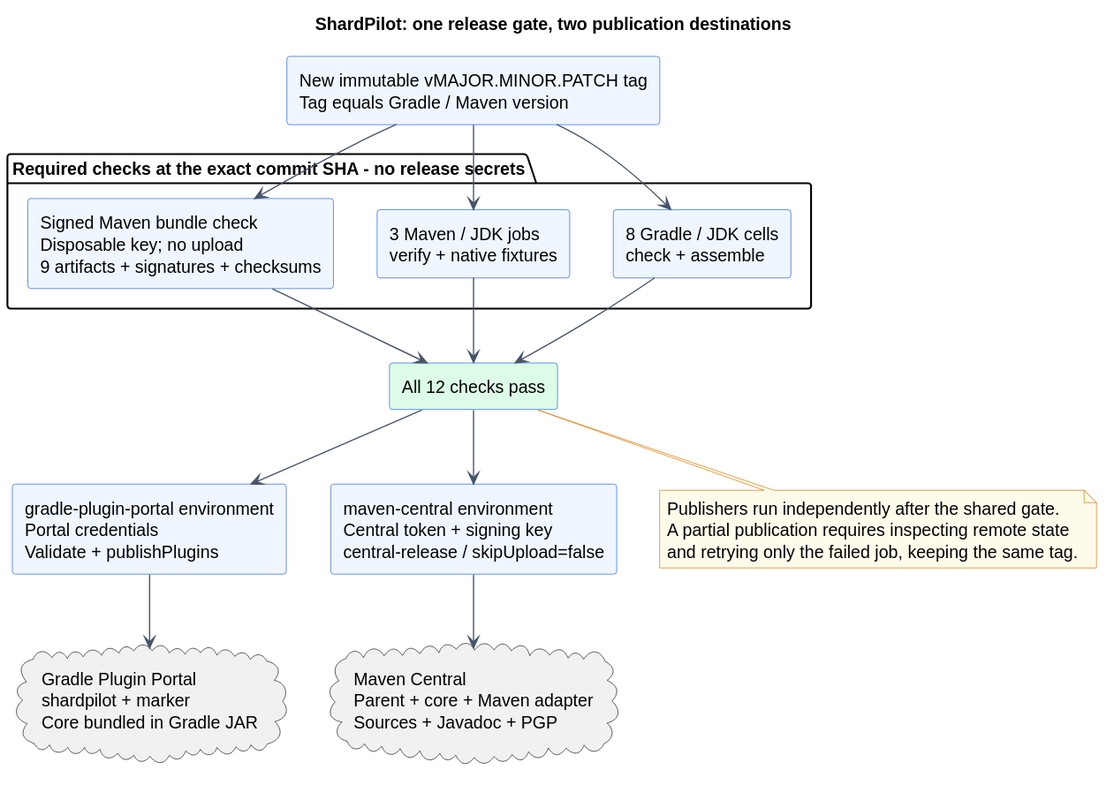
The PlantUML diagram docs/diagrams/publication.svg in sjacek/shardpilot, before a commit. Its source is kept beside it as docs/diagrams/publication.puml. Its diagram source:
```plantuml
@startuml
title ShardPilot: one release gate, two publication destinations
top to bottom direction
skinparam backgroundColor #FFFFFF
skinparam shadowing false
skinparam defaultFontName SansSerif
skinparam defaultFontSize 14
skinparam componentStyle rectangle
skinparam componentBackgroundColor #EFF6FF
skinparam componentBorderColor #2563EB
skinparam ArrowColor #475569
skinparam noteBackgroundColor #FFFBEB
skinparam noteBorderColor #D97706

component "New immutable vMAJOR.MINOR.PATCH tag\nTag equals Gradle / Maven version" as tag
package "Required checks at the exact commit SHA - no release secrets" {
  component "8 Gradle / JDK cells\ncheck + assemble" as gradleChecks
  component "3 Maven / JDK jobs\nverify + native fixtures" as mavenChecks
  component "Signed Maven bundle check\nDisposable key; no upload\n9 artifacts + signatures + checksums" as bundle
}
component "All 12 checks pass" as gate #DCFCE7
component "gradle-plugin-portal environment\nPortal credentials\nValidate + publishPlugins" as gradlePublish
component "maven-central environment\nCentral token + signing key\ncentral-release / skipUpload=false" as mavenPublish
cloud "Gradle Plugin Portal\nshardpilot + marker\nCore bundled in Gradle JAR" as portal
cloud "Maven Central\nParent + core + Maven adapter\nSources + Javadoc + PGP" as central

tag --> gradleChecks
tag --> mavenChecks
tag --> bundle
gradleChecks --> gate
mavenChecks --> gate
bundle --> gate
gate --> gradlePublish
gate --> mavenPublish
gradlePublish --> portal
mavenPublish --> central

note bottom of gate
  Publishers run independently after the shared gate.
  A partial publication requires inspecting remote state
  and retrying only the failed job, keeping the same tag.
end note
@enduml
```
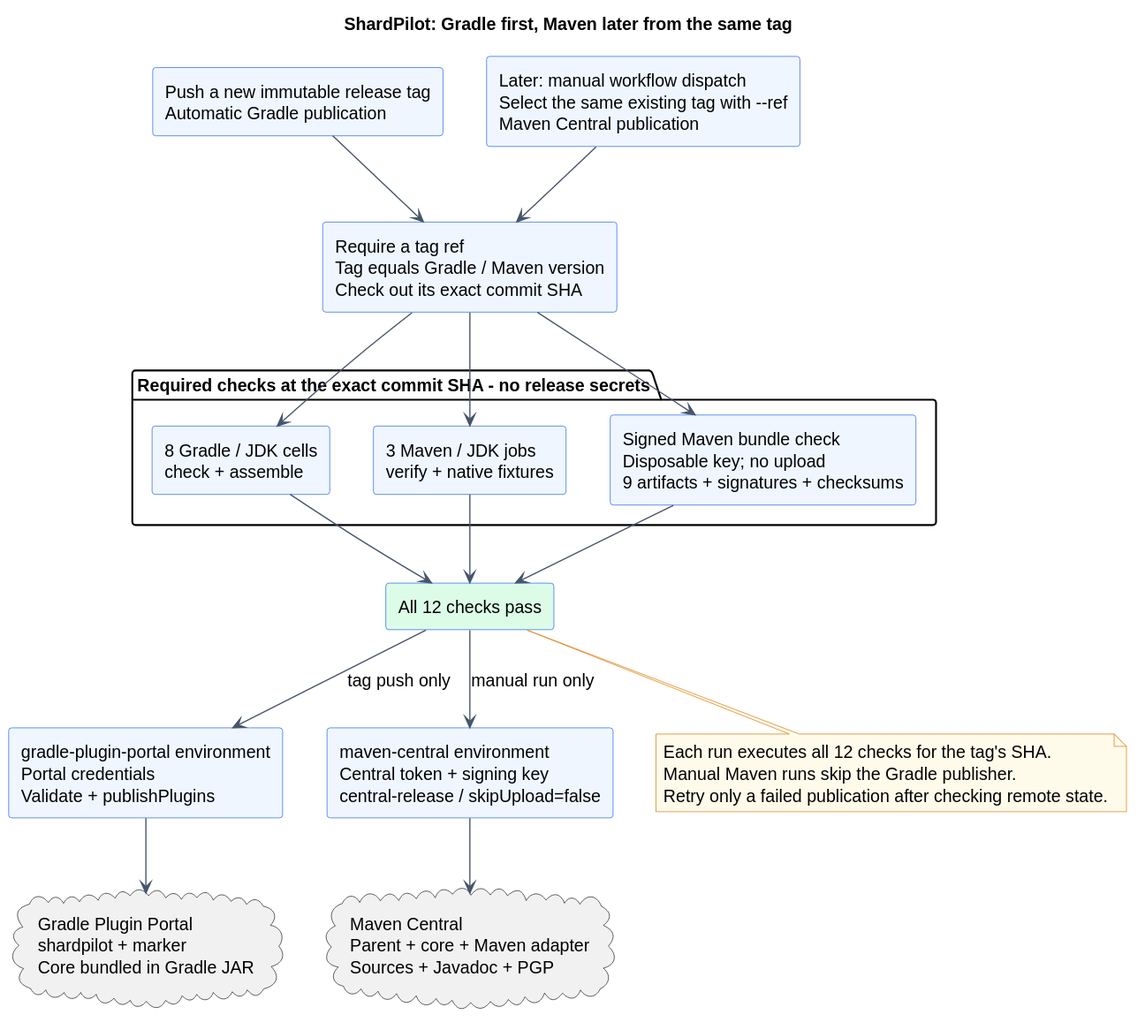
Above is the later version.

Commit message:
ci: separate Gradle and manual Maven publication

Change to the diagram source:
```diff
@@ -1,5 +1,5 @@
 @startuml
-title ShardPilot: one release gate, two publication destinations
+title ShardPilot: Gradle first, Maven later from the same tag
 top to bottom direction
 skinparam backgroundColor #FFFFFF
 skinparam shadowing false
@@ -12,7 +12,9 @@
 skinparam noteBackgroundColor #FFFBEB
 skinparam noteBorderColor #D97706
 
-component "New immutable vMAJOR.MINOR.PATCH tag\nTag equals Gradle / Maven version" as tag
+component "Push a new immutable release tag\nAutomatic Gradle publication" as tag
+component "Later: manual workflow dispatch\nSelect the same existing tag with --ref\nMaven Central publication" as manual
+component "Require a tag ref\nTag equals Gradle / Maven version\nCheck out its exact commit SHA" as validate
 package "Required checks at the exact commit SHA - no release secrets" {
   component "8 Gradle / JDK cells\ncheck + assemble" as gradleChecks
   component "3 Maven / JDK jobs\nverify + native fixtures" as mavenChecks
@@ -24,20 +26,22 @@
 cloud "Gradle Plugin Portal\nshardpilot + marker\nCore bundled in Gradle JAR" as portal
 cloud "Maven Central\nParent + core + Maven adapter\nSources + Javadoc + PGP" as central
 
-tag --> gradleChecks
-tag --> mavenChecks
-tag --> bundle
+tag --> validate
+manual --> validate
+validate --> gradleChecks
+validate --> mavenChecks
+validate --> bundle
 gradleChecks --> gate
 mavenChecks --> gate
 bundle --> gate
-gate --> gradlePublish
-gate --> mavenPublish
+gate --> gradlePublish : tag push only
+gate --> mavenPublish : manual run only
 gradlePublish --> portal
 mavenPublish --> central
 
 note bottom of gate
-  Publishers run independently after the shared gate.
-  A partial publication requires inspecting remote state
-  and retrying only the failed job, keeping the same tag.
+  Each run executes all 12 checks for the tag's SHA.
+  Manual Maven runs skip the Gradle publisher.
+  Retry only a failed publication after checking remote state.
 end note
 @enduml
```
